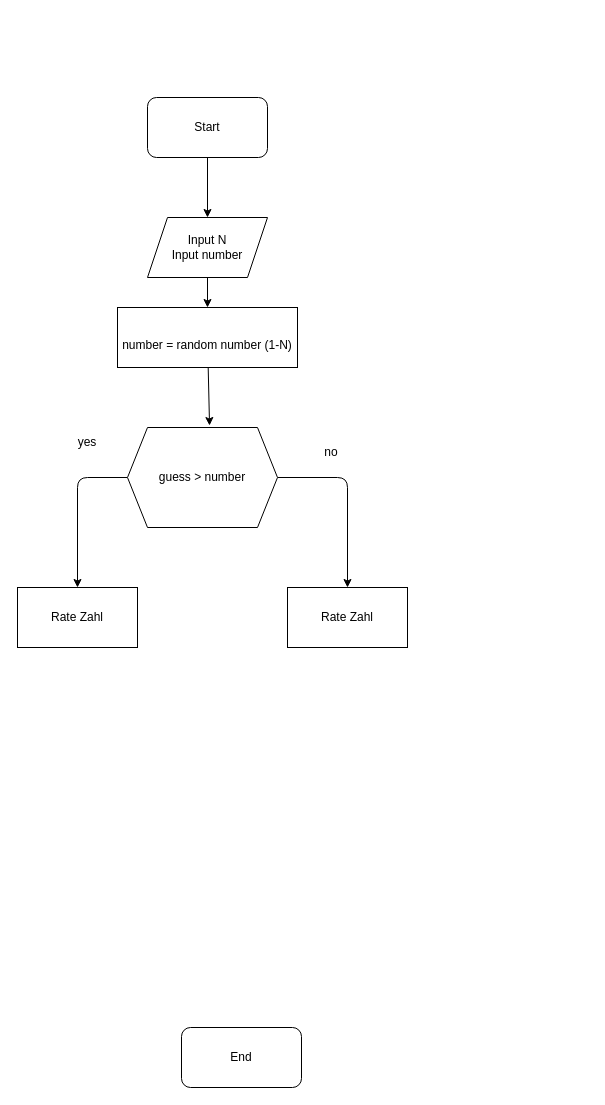
Above: Gerlinde/basic.drawio in Gerlinde888/FE16-AlgoDS-Day1-Sanja-Gerlinde (draw.io), before the change. Source tidied: cells renumbered, new cells numbered last; positions are measured from the earlier drawing's top-left corner, leaving out a move shared by most shapes. Both pictures are drawn from the tidied source at 100%, with x=0, y=0 at pixel (17, 97).
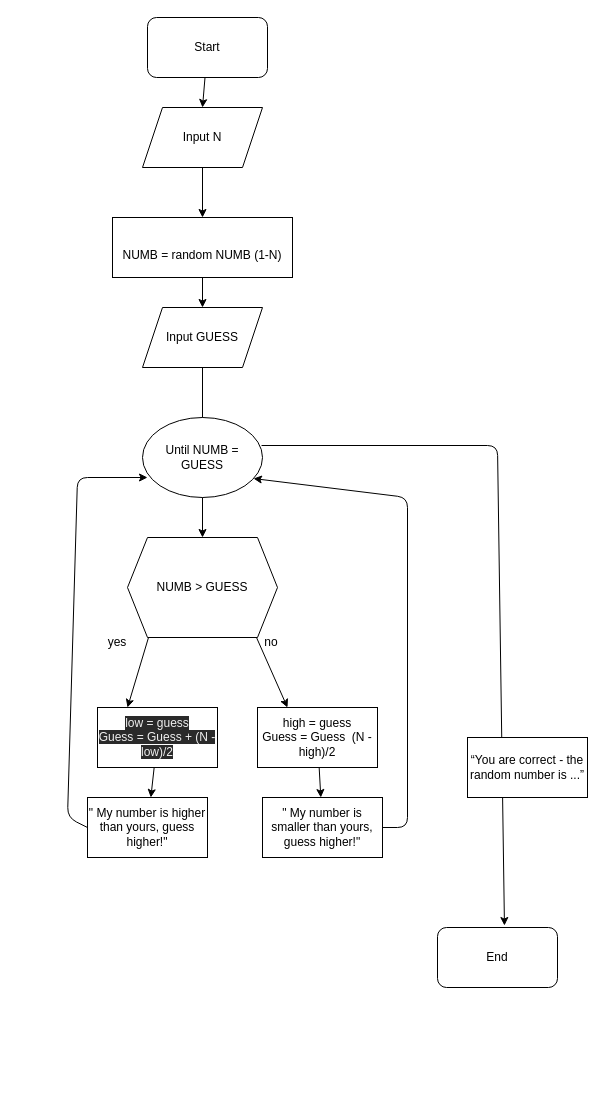
The same diagram, later.

The edit, as a diff of the source:
```diff
@@
-    <mxCell id="2" style="edgeStyle=none;html=1;entryX=0.5;entryY=0;entryDx=0;entryDy=0;" parent="1" edge="1" source="3" target="6">
-      <mxGeometry relative="1" as="geometry" />
-    </mxCell>
+    <mxCell id="16" style="edgeStyle=none;html=1;entryX=0.5;entryY=0;entryDx=0;entryDy=0;" parent="1" edge="1" source="3" target="24">
+      <mxGeometry relative="1" as="geometry" />
+    </mxCell>
     <mxCell id="3" value="Start" style="rounded=1;whiteSpace=wrap;html=1;" parent="1" vertex="1">
-      <mxGeometry x="130" width="120" height="60" as="geometry" />
+      <mxGeometry x="130" y="-80" width="120" height="60" as="geometry" />
     </mxCell>
     <mxCell id="4" value="End" style="rounded=1;whiteSpace=wrap;html=1;" parent="1" vertex="1">
-      <mxGeometry x="164" y="930" width="120" height="60" as="geometry" />
+      <mxGeometry x="420" y="830" width="120" height="60" as="geometry" />
     </mxCell>
-    <mxCell id="5" style="edgeStyle=none;html=1;exitX=0.5;exitY=1;exitDx=0;exitDy=0;" parent="1" edge="1" source="6" target="8">
-      <mxGeometry relative="1" as="geometry" />
-    </mxCell>
+    <mxCell id="17" style="edgeStyle=none;html=1;entryX=0.5;entryY=0;entryDx=0;entryDy=0;" parent="1" edge="1" source="6" target="11">
+      <mxGeometry relative="1" as="geometry" />
+    </mxCell>
-    <mxCell id="6" value="Input N&lt;br&gt;Input number" style="shape=parallelogram;perimeter=parallelogramPerimeter;whiteSpace=wrap;html=1;fixedSize=1;" parent="1" vertex="1">
-      <mxGeometry x="130" y="120" width="120" height="60" as="geometry" />
+    <mxCell id="6" value="Input GUESS" style="shape=parallelogram;perimeter=parallelogramPerimeter;whiteSpace=wrap;html=1;fixedSize=1;" parent="1" vertex="1">
+      <mxGeometry x="125" y="210" width="120" height="60" as="geometry" />
     </mxCell>
-    <mxCell id="7" style="edgeStyle=none;html=1;entryX=0.547;entryY=-0.02;entryDx=0;entryDy=0;entryPerimeter=0;" parent="1" edge="1" source="8" target="11">
-      <mxGeometry relative="1" as="geometry" />
-    </mxCell>
+    <mxCell id="18" style="edgeStyle=none;html=1;" parent="1" edge="1" source="8" target="6">
+      <mxGeometry relative="1" as="geometry" />
+    </mxCell>
-    <mxCell id="8" value="&lt;br&gt;number = random number (1-N)" style="rounded=0;whiteSpace=wrap;html=1;" parent="1" vertex="1">
-      <mxGeometry x="100" y="210" width="180" height="60" as="geometry" />
+    <mxCell id="8" value="&lt;br&gt;NUMB = random NUMB (1-N)" style="rounded=0;whiteSpace=wrap;html=1;" parent="1" vertex="1">
+      <mxGeometry x="95" y="120" width="180" height="60" as="geometry" />
     </mxCell>
-    <mxCell id="9" style="edgeStyle=none;html=1;exitX=0;exitY=0.5;exitDx=0;exitDy=0;entryX=0.5;entryY=0;entryDx=0;entryDy=0;" parent="1" edge="1" source="11" target="12">
-      <mxGeometry relative="1" as="geometry">
-        <Array as="points">
-          <mxPoint x="60" y="380" />
-        </Array>
-      </mxGeometry>
-    </mxCell>
-    <mxCell id="10" style="edgeStyle=none;html=1;entryX=0.5;entryY=0;entryDx=0;entryDy=0;exitX=1;exitY=0.5;exitDx=0;exitDy=0;" parent="1" edge="1" source="11" target="14">
-      <mxGeometry relative="1" as="geometry">
-        <Array as="points">
-          <mxPoint x="330" y="380" />
-        </Array>
-      </mxGeometry>
+    <mxCell id="10" style="edgeStyle=none;html=1;exitX=0.86;exitY=1;exitDx=0;exitDy=0;exitPerimeter=0;entryX=0.25;entryY=0;entryDx=0;entryDy=0;" parent="1" edge="1" source="11" target="14">
+      <mxGeometry relative="1" as="geometry" />
     </mxCell>
+    <mxCell id="19" style="edgeStyle=none;html=1;exitX=0.14;exitY=1;exitDx=0;exitDy=0;exitPerimeter=0;entryX=0.25;entryY=0;entryDx=0;entryDy=0;entryPerimeter=0;" parent="1" edge="1" source="11" target="28">
+      <mxGeometry relative="1" as="geometry" />
+    </mxCell>
-    <mxCell id="11" value="guess &amp;gt; number" style="shape=hexagon;perimeter=hexagonPerimeter2;whiteSpace=wrap;html=1;fixedSize=1;" parent="1" vertex="1">
-      <mxGeometry x="110" y="330" width="150" height="100" as="geometry" />
+    <mxCell id="11" value="NUMB &amp;gt; GUESS" style="shape=hexagon;perimeter=hexagonPerimeter2;whiteSpace=wrap;html=1;fixedSize=1;" parent="1" vertex="1">
+      <mxGeometry x="110" y="440" width="150" height="100" as="geometry" />
     </mxCell>
+    <mxCell id="20" style="edgeStyle=none;html=1;exitX=0;exitY=0.5;exitDx=0;exitDy=0;" parent="1" edge="1" source="12">
+      <mxGeometry relative="1" as="geometry">
+        <mxPoint x="130" y="380" as="targetPoint" />
+        <Array as="points">
+          <mxPoint x="50" y="720" />
+          <mxPoint x="60" y="380" />
+        </Array>
+      </mxGeometry>
+    </mxCell>
-    <mxCell id="12" value="Rate Zahl" style="rounded=0;whiteSpace=wrap;html=1;" parent="1" vertex="1">
-      <mxGeometry y="490" width="120" height="60" as="geometry" />
+    <mxCell id="12" value="&quot; My number is higher than yours, guess higher!&quot;" style="rounded=0;whiteSpace=wrap;html=1;" parent="1" vertex="1">
+      <mxGeometry x="70" y="700" width="120" height="60" as="geometry" />
     </mxCell>
     <mxCell id="13" value="yes" style="text;html=1;strokeColor=none;fillColor=none;align=center;verticalAlign=middle;whiteSpace=wrap;rounded=0;" parent="1" vertex="1">
-      <mxGeometry x="40" y="330" width="60" height="30" as="geometry" />
+      <mxGeometry x="70" y="530" width="60" height="30" as="geometry" />
     </mxCell>
+    <mxCell id="21" style="edgeStyle=none;html=1;exitX=1;exitY=0.5;exitDx=0;exitDy=0;entryX=0.925;entryY=0.763;entryDx=0;entryDy=0;entryPerimeter=0;" parent="1" edge="1" source="29" target="26">
+      <mxGeometry relative="1" as="geometry">
+        <Array as="points">
+          <mxPoint x="390" y="730" />
+          <mxPoint x="390" y="400" />
+        </Array>
+      </mxGeometry>
+    </mxCell>
+    <mxCell id="22" style="edgeStyle=none;html=1;" parent="1" edge="1" source="14" target="29">
+      <mxGeometry relative="1" as="geometry" />
+    </mxCell>
-    <mxCell id="14" value="Rate Zahl" style="rounded=0;whiteSpace=wrap;html=1;" parent="1" vertex="1">
-      <mxGeometry x="270" y="490" width="120" height="60" as="geometry" />
+    <mxCell id="14" value="high = guess&lt;br&gt;Guess = Guess&amp;nbsp; (N - high)/2" style="rounded=0;whiteSpace=wrap;html=1;" parent="1" vertex="1">
+      <mxGeometry x="240" y="610" width="120" height="60" as="geometry" />
     </mxCell>
     <mxCell id="15" value="no" style="text;html=1;strokeColor=none;fillColor=none;align=center;verticalAlign=middle;whiteSpace=wrap;rounded=0;" parent="1" vertex="1">
-      <mxGeometry x="284" y="340" width="60" height="30" as="geometry" />
+      <mxGeometry x="224" y="530" width="60" height="30" as="geometry" />
     </mxCell>
+    <mxCell id="23" style="edgeStyle=none;html=1;" parent="1" edge="1" source="24" target="8">
+      <mxGeometry relative="1" as="geometry" />
+    </mxCell>
+    <mxCell id="24" value="Input N" style="shape=parallelogram;perimeter=parallelogramPerimeter;whiteSpace=wrap;html=1;fixedSize=1;" parent="1" vertex="1">
+      <mxGeometry x="125" y="10" width="120" height="60" as="geometry" />
+    </mxCell>
+    <mxCell id="25" style="edgeStyle=none;html=1;exitX=0.992;exitY=0.35;exitDx=0;exitDy=0;exitPerimeter=0;entryX=0.558;entryY=-0.033;entryDx=0;entryDy=0;entryPerimeter=0;" parent="1" edge="1" source="26" target="4">
+      <mxGeometry relative="1" as="geometry">
+        <Array as="points">
+          <mxPoint x="480" y="348" />
+        </Array>
+      </mxGeometry>
+    </mxCell>
+    <mxCell id="26" value="Until NUMB = GUESS" style="ellipse;whiteSpace=wrap;html=1;" parent="1" vertex="1">
+      <mxGeometry x="125" y="320" width="120" height="80" as="geometry" />
+    </mxCell>
+    <mxCell id="27" style="edgeStyle=none;html=1;" parent="1" edge="1" source="28" target="12">
+      <mxGeometry relative="1" as="geometry" />
+    </mxCell>
+    <mxCell id="28" value="&lt;span style=&quot;color: rgb(240 , 240 , 240) ; font-family: &amp;#34;helvetica&amp;#34; ; font-size: 12px ; font-style: normal ; font-weight: 400 ; letter-spacing: normal ; text-align: center ; text-indent: 0px ; text-transform: none ; word-spacing: 0px ; background-color: rgb(42 , 42 , 42) ; display: inline ; float: none&quot;&gt;low = guess&lt;/span&gt;&lt;br style=&quot;color: rgb(240 , 240 , 240) ; font-family: &amp;#34;helvetica&amp;#34; ; font-size: 12px ; font-style: normal ; font-weight: 400 ; letter-spacing: normal ; text-align: center ; text-indent: 0px ; text-transform: none ; word-spacing: 0px ; background-color: rgb(42 , 42 , 42)&quot;&gt;&lt;span style=&quot;color: rgb(240 , 240 , 240) ; font-family: &amp;#34;helvetica&amp;#34; ; font-size: 12px ; font-style: normal ; font-weight: 400 ; letter-spacing: normal ; text-align: center ; text-indent: 0px ; text-transform: none ; word-spacing: 0px ; background-color: rgb(42 , 42 , 42) ; display: inline ; float: none&quot;&gt;Guess = Guess + (N - low)/2&lt;/span&gt;" style="rounded=0;whiteSpace=wrap;html=1;" parent="1" vertex="1">
+      <mxGeometry x="80" y="610" width="120" height="60" as="geometry" />
+    </mxCell>
+    <mxCell id="29" value="&quot; My number is smaller than yours, guess higher!&quot;" style="rounded=0;whiteSpace=wrap;html=1;" parent="1" vertex="1">
+      <mxGeometry x="245" y="700" width="120" height="60" as="geometry" />
+    </mxCell>
+    <mxCell id="30" value="“You are correct - the random number is ...”" style="rounded=0;whiteSpace=wrap;html=1;" parent="1" vertex="1">
+      <mxGeometry x="450" y="640" width="120" height="60" as="geometry" />
+    </mxCell>
```
